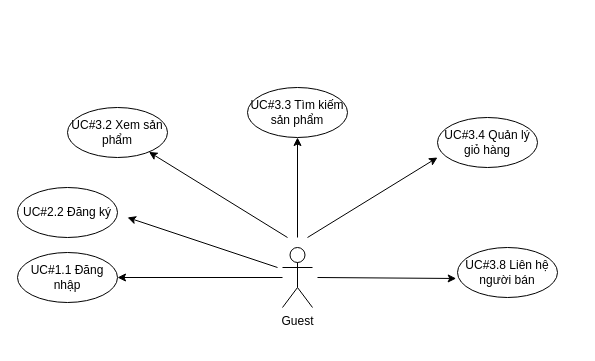
Before: UseCaseForCustomer.drawio in A41056/ERD, a draw.io diagram. Source tidied: cells renumbered, new cells numbered last; positions are measured from the earlier drawing's top-left corner, leaving out a move shared by most shapes. Both pictures are drawn from the tidied source at 100%, with x=0, y=0 at pixel (17, 87).
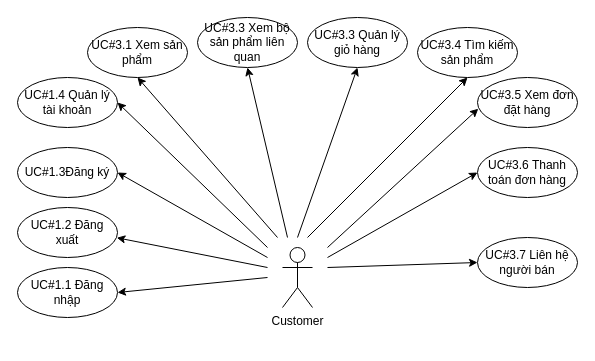
The same page after the edit.

Change to the diagram source:
```diff
@@
-    <mxCell id="2" value="Guest&lt;div&gt;&lt;br&gt;&lt;/div&gt;" style="shape=umlActor;verticalLabelPosition=bottom;verticalAlign=top;html=1;outlineConnect=0;" parent="1" vertex="1">
+    <mxCell id="2" value="Customer" style="shape=umlActor;verticalLabelPosition=bottom;verticalAlign=top;html=1;outlineConnect=0;" parent="1" vertex="1">
       <mxGeometry x="265" y="160" width="30" height="60" as="geometry" />
     </mxCell>
     <mxCell id="3" value="UC#1.1 Đăng nhập" style="ellipse;whiteSpace=wrap;html=1;" parent="1" vertex="1">
-      <mxGeometry y="165" width="100" height="50" as="geometry" />
+      <mxGeometry y="180" width="100" height="50" as="geometry" />
     </mxCell>
-    <mxCell id="4" value="UC#2.2 Đăng ký" style="ellipse;whiteSpace=wrap;html=1;" parent="1" vertex="1">
-      <mxGeometry y="100" width="100" height="50" as="geometry" />
+    <mxCell id="4" value="UC#1.3Đăng ký" style="ellipse;whiteSpace=wrap;html=1;" parent="1" vertex="1">
+      <mxGeometry y="60" width="100" height="50" as="geometry" />
     </mxCell>
+    <mxCell id="15" value="UC#1.2 Đăng xuất" style="ellipse;whiteSpace=wrap;html=1;" parent="1" vertex="1">
+      <mxGeometry y="120" width="100" height="50" as="geometry" />
+    </mxCell>
+    <mxCell id="16" value="UC#1.4 Quản lý tài khoản" style="ellipse;whiteSpace=wrap;html=1;" parent="1" vertex="1">
+      <mxGeometry y="-10" width="100" height="50" as="geometry" />
+    </mxCell>
-    <mxCell id="5" value="UC#3.2 Xem sản phẩm" style="ellipse;whiteSpace=wrap;html=1;" parent="1" vertex="1">
-      <mxGeometry x="50" y="20" width="100" height="50" as="geometry" />
+    <mxCell id="5" value="UC#3.1 Xem sản phẩm" style="ellipse;whiteSpace=wrap;html=1;" parent="1" vertex="1">
+      <mxGeometry x="70" y="-60" width="100" height="50" as="geometry" />
     </mxCell>
-    <mxCell id="6" value="UC#3.3 Tìm kiếm sản phẩm" style="ellipse;whiteSpace=wrap;html=1;" parent="1" vertex="1">
-      <mxGeometry x="230" width="100" height="50" as="geometry" />
+    <mxCell id="6" value="UC#3.4 Tìm kiếm sản phẩm" style="ellipse;whiteSpace=wrap;html=1;" parent="1" vertex="1">
+      <mxGeometry x="400" y="-60" width="100" height="50" as="geometry" />
     </mxCell>
-    <mxCell id="7" value="UC#3.4 Quản lý giỏ hàng" style="ellipse;whiteSpace=wrap;html=1;" parent="1" vertex="1">
-      <mxGeometry x="420" y="30" width="100" height="50" as="geometry" />
+    <mxCell id="7" value="UC#3.3 Quản lý giỏ hàng" style="ellipse;whiteSpace=wrap;html=1;" parent="1" vertex="1">
+      <mxGeometry x="290" y="-70" width="100" height="50" as="geometry" />
     </mxCell>
+    <mxCell id="17" value="UC#3.5 Xem đơn đặt hàng" style="ellipse;whiteSpace=wrap;html=1;" parent="1" vertex="1">
+      <mxGeometry x="460" y="-10" width="100" height="50" as="geometry" />
+    </mxCell>
+    <mxCell id="18" value="UC#3.6 Thanh toán đơn hàng" style="ellipse;whiteSpace=wrap;html=1;" parent="1" vertex="1">
+      <mxGeometry x="460" y="60" width="100" height="50" as="geometry" />
+    </mxCell>
-    <mxCell id="8" value="UC#3.8 Liên hệ người bán" style="ellipse;whiteSpace=wrap;html=1;" parent="1" vertex="1">
-      <mxGeometry x="440" y="160" width="100" height="50" as="geometry" />
+    <mxCell id="8" value="UC#3.7 Liên hệ người bán" style="ellipse;whiteSpace=wrap;html=1;" parent="1" vertex="1">
+      <mxGeometry x="460" y="150" width="100" height="50" as="geometry" />
     </mxCell>
-    <mxCell id="9" style="endArrow=classic;html=1;rounded=0;entryX=1;entryY=0.5;entryDx=0;entryDy=0;" parent="1" edge="1" source="2" target="3">
-      <mxGeometry relative="1" as="geometry" />
+    <mxCell id="9" style="endArrow=classic;html=1;rounded=0;entryX=1;entryY=0.5;entryDx=0;entryDy=0;" parent="1" edge="1" target="3">
+      <mxGeometry relative="1" as="geometry">
+        <mxPoint x="250" y="190" as="sourcePoint" />
+      </mxGeometry>
     </mxCell>
-    <mxCell id="10" style="endArrow=classic;html=1;rounded=0;entryX=-0.013;entryY=0.62;entryDx=0;entryDy=0;entryPerimeter=0;" parent="1" edge="1" target="8">
+    <mxCell id="10" style="endArrow=classic;html=1;rounded=0;entryX=0;entryY=0.5;entryDx=0;entryDy=0;" parent="1" edge="1" target="8">
       <mxGeometry relative="1" as="geometry">
-        <mxPoint x="300" y="190" as="sourcePoint" />
+        <mxPoint x="310" y="180" as="sourcePoint" />
       </mxGeometry>
     </mxCell>
-    <mxCell id="11" style="endArrow=classic;html=1;rounded=0;" parent="1" edge="1">
+    <mxCell id="11" style="endArrow=classic;html=1;rounded=0;entryX=1;entryY=0.5;entryDx=0;entryDy=0;" parent="1" edge="1" target="4">
       <mxGeometry relative="1" as="geometry">
-        <mxPoint x="260" y="180" as="sourcePoint" />
-        <mxPoint x="110" y="130" as="targetPoint" />
+        <mxPoint x="250" y="170" as="sourcePoint" />
       </mxGeometry>
     </mxCell>
+    <mxCell id="19" style="endArrow=classic;html=1;rounded=0;entryX=0.993;entryY=0.605;entryDx=0;entryDy=0;entryPerimeter=0;" parent="1" edge="1" target="15">
+      <mxGeometry relative="1" as="geometry">
+        <mxPoint x="250" y="180" as="sourcePoint" />
+      </mxGeometry>
+    </mxCell>
+    <mxCell id="20" style="endArrow=classic;html=1;rounded=0;entryX=1;entryY=0.5;entryDx=0;entryDy=0;" parent="1" edge="1" target="16">
+      <mxGeometry relative="1" as="geometry">
+        <mxPoint x="250" y="160" as="sourcePoint" />
+      </mxGeometry>
+    </mxCell>
-    <mxCell id="12" style="endArrow=classic;html=1;rounded=0;" parent="1" edge="1" target="5">
+    <mxCell id="12" style="endArrow=classic;html=1;rounded=0;entryX=0.5;entryY=1;entryDx=0;entryDy=0;" parent="1" edge="1" target="5">
       <mxGeometry relative="1" as="geometry">
-        <mxPoint x="270" y="150" as="sourcePoint" />
+        <mxPoint x="260" y="150" as="sourcePoint" />
       </mxGeometry>
     </mxCell>
-    <mxCell id="13" style="endArrow=classic;html=1;rounded=0;" parent="1" edge="1">
+    <mxCell id="13" style="endArrow=classic;html=1;rounded=0;entryX=0.5;entryY=1;entryDx=0;entryDy=0;" parent="1" edge="1" target="6">
       <mxGeometry relative="1" as="geometry">
-        <mxPoint x="280" y="150" as="sourcePoint" />
-        <mxPoint x="280" y="50" as="targetPoint" />
+        <mxPoint x="290" y="150" as="sourcePoint" />
       </mxGeometry>
     </mxCell>
-    <mxCell id="14" style="endArrow=classic;html=1;rounded=0;" parent="1" edge="1">
+    <mxCell id="14" style="endArrow=classic;html=1;rounded=0;entryX=0.5;entryY=1;entryDx=0;entryDy=0;" parent="1" edge="1" target="7">
       <mxGeometry relative="1" as="geometry">
-        <mxPoint x="290" y="150" as="sourcePoint" />
-        <mxPoint x="420" y="70" as="targetPoint" />
+        <mxPoint x="280" y="150" as="sourcePoint" />
       </mxGeometry>
     </mxCell>
+    <mxCell id="21" style="endArrow=classic;html=1;rounded=0;entryX=0.008;entryY=0.624;entryDx=0;entryDy=0;entryPerimeter=0;" parent="1" edge="1" target="17">
+      <mxGeometry relative="1" as="geometry">
+        <mxPoint x="310" y="160" as="sourcePoint" />
+      </mxGeometry>
+    </mxCell>
+    <mxCell id="22" style="endArrow=classic;html=1;rounded=0;entryX=0;entryY=0.5;entryDx=0;entryDy=0;" parent="1" edge="1" target="18">
+      <mxGeometry relative="1" as="geometry">
+        <mxPoint x="310" y="170" as="sourcePoint" />
+      </mxGeometry>
+    </mxCell>
+    <mxCell id="23" value="UC#3.3 Xem bộ sản phẩm liên quan" style="ellipse;whiteSpace=wrap;html=1;" parent="1" vertex="1">
+      <mxGeometry x="180" y="-70" width="100" height="50" as="geometry" />
+    </mxCell>
+    <mxCell id="24" style="endArrow=classic;html=1;rounded=0;entryX=0.5;entryY=1;entryDx=0;entryDy=0;" parent="1" edge="1" target="23">
+      <mxGeometry relative="1" as="geometry">
+        <mxPoint x="270" y="150" as="sourcePoint" />
+      </mxGeometry>
+    </mxCell>
```
